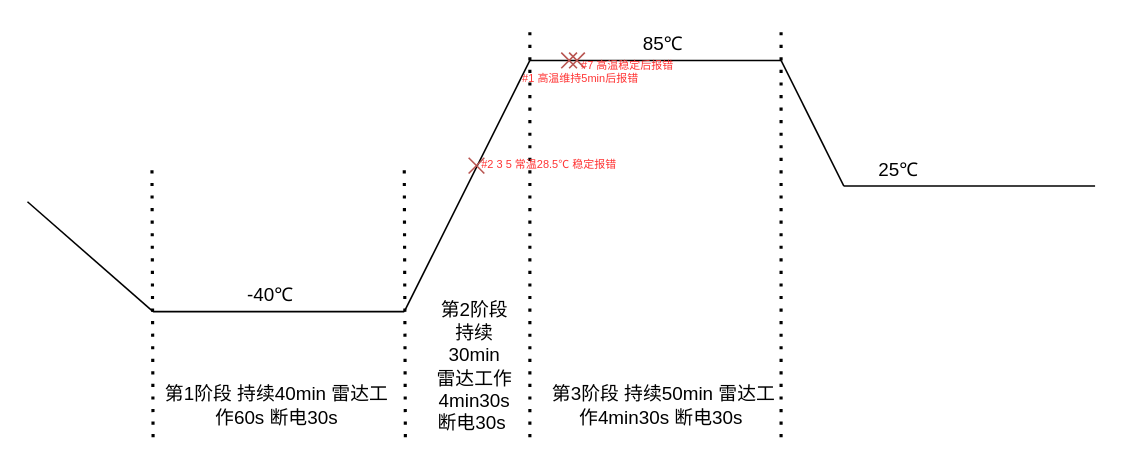
shenwangchong/learngit keeps this draw.io diagram as A11-温循SEU流程.drawio. Above is the earlier version. Source tidied: cells renumbered, new cells numbered last; positions are measured from the earlier drawing's top-left corner, leaving out a move shared by most shapes. Both pictures are drawn from the tidied source at 157%, with x=0, y=0 at pixel (27, 28).
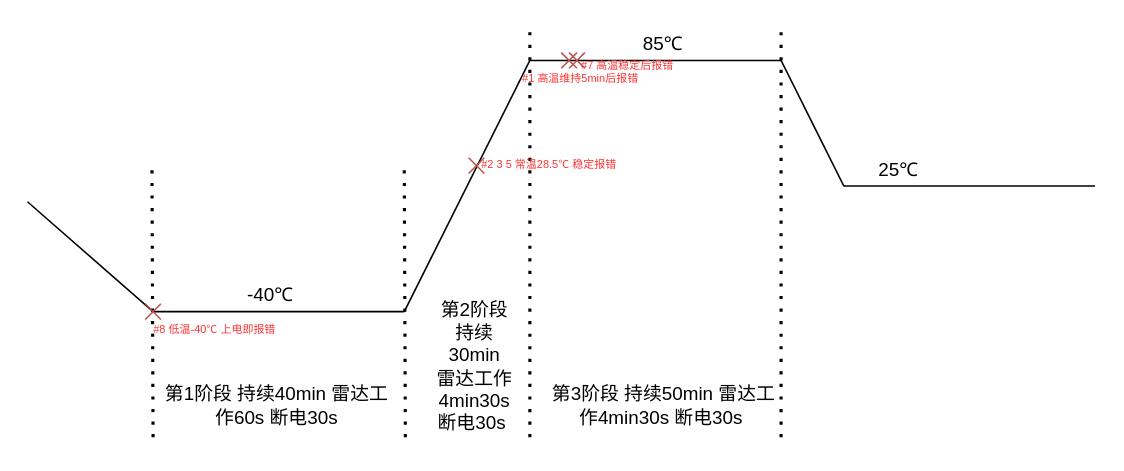
The same page after the edit.

Commit message:
更新A11-温循SEU流程.drawio

Change to the diagram source:
```diff
@@
+    <mxCell id="30" style="group;" parent="1" vertex="1">
+      <mxGeometry x="75" y="175" width="10" height="10" as="geometry" />
+    </mxCell>
+    <mxCell id="31" style="endArrow=none;html=1;rounded=0;fillColor=#f8cecc;strokeColor=#b85450;" parent="30" edge="1">
+      <mxGeometry relative="1" as="geometry">
+        <mxPoint y="10" as="sourcePoint" />
+        <mxPoint x="10" as="targetPoint" />
+      </mxGeometry>
+    </mxCell>
+    <mxCell id="32" style="endArrow=none;html=1;rounded=0;fillColor=#f8cecc;strokeColor=#b85450;" parent="30" edge="1">
+      <mxGeometry relative="1" as="geometry">
+        <mxPoint x="10" y="10" as="sourcePoint" />
+        <mxPoint as="targetPoint" />
+      </mxGeometry>
+    </mxCell>
+    <mxCell id="33" value="&lt;font style=&quot;color: rgb(255, 51, 51); font-size: 7px;&quot;&gt;#8 低温-40℃ 上电即报错&lt;/font&gt;" style="text;html=1;whiteSpace=wrap;strokeColor=none;fillColor=none;align=center;verticalAlign=middle;rounded=0;" parent="1" vertex="1">
+      <mxGeometry x="75" y="185" width="89" height="10" as="geometry" />
+    </mxCell>
```
